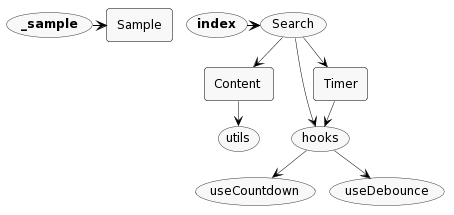
This is docs-components.png from ibarapascal/netsearch, a PlantUML export, as it was before one commit.
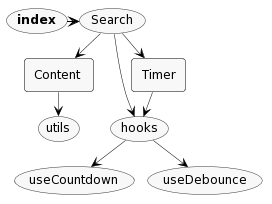
The same file after the commit.

The edit, as a diff of the source:
```diff
@@ -3,8 +3,8 @@
 scale max 1920 width
 top to bottom direction
 
-skinparam nodesep 13
-skinparam ranksep 25
+skinparam nodesep 12
+skinparam ranksep 24
 skinparam monochrome true
 skinparam shadowing false
 skinparam defaultFontName Tahoma
@@ -28,11 +28,9 @@
 }
 
 
-(<b>_sample</b>)
 rectangle "Content" as _Content
 (hooks)
 (<b>index</b>)
-rectangle "Sample" as _Sample
 (Search)
 rectangle "Timer" as _Timer
 (useCountdown)
@@ -40,7 +38,6 @@
 (utils)
 
 
-(<b>_sample</b>) -[thickness=1]> _Sample
 _Content --> (utils)
 (hooks) --> (useCountdown)
 (hooks) --> (useDebounce)
```
